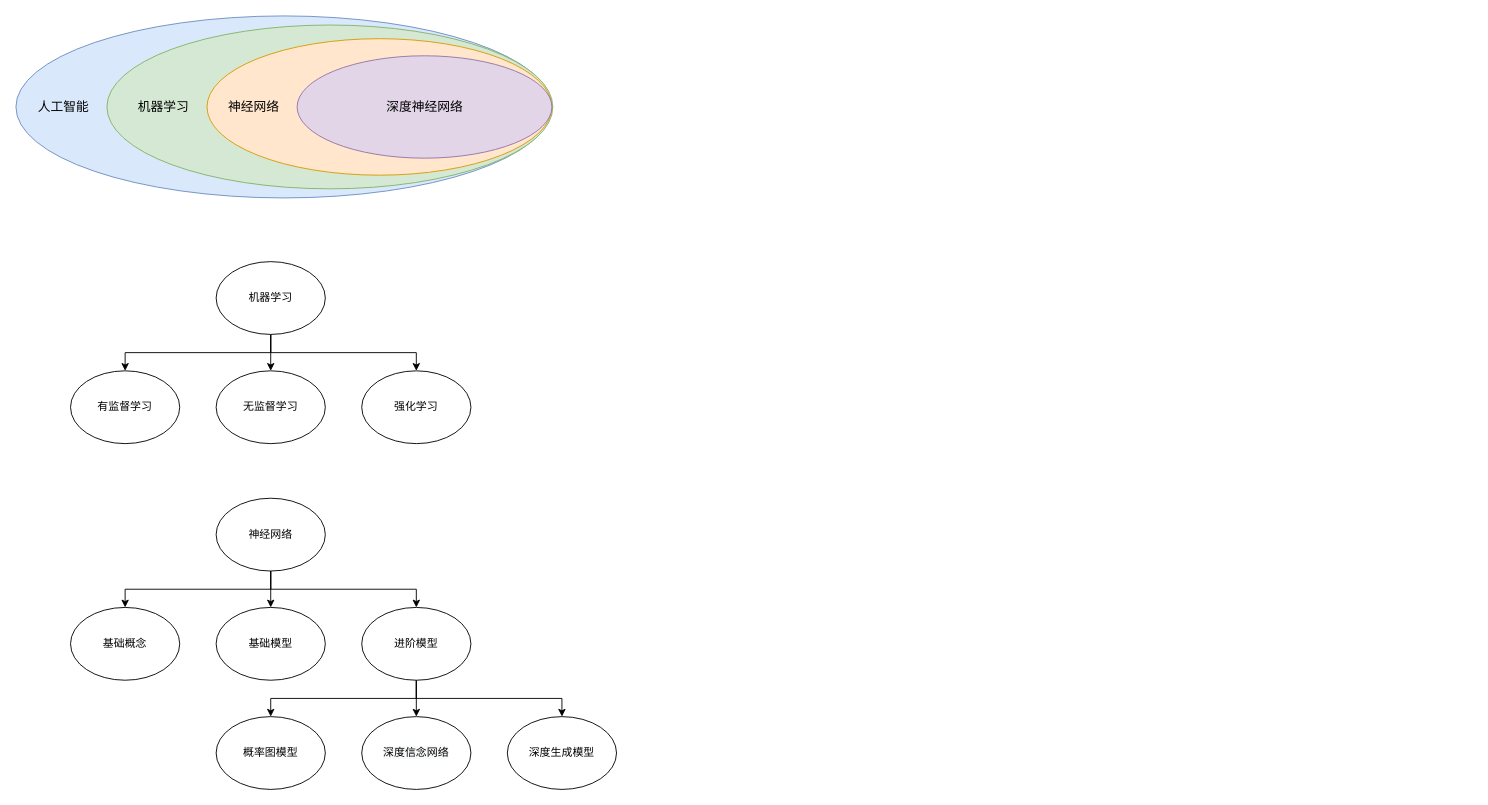
Above: ai.drawio in ZiqingYip/moment (draw.io), before the change. Source tidied: cells renumbered, new cells numbered last; positions are measured from the earlier drawing's top-left corner, leaving out a move shared by most shapes. Both pictures are drawn from the tidied source at 91%, with x=0, y=0 at pixel (15, 15).
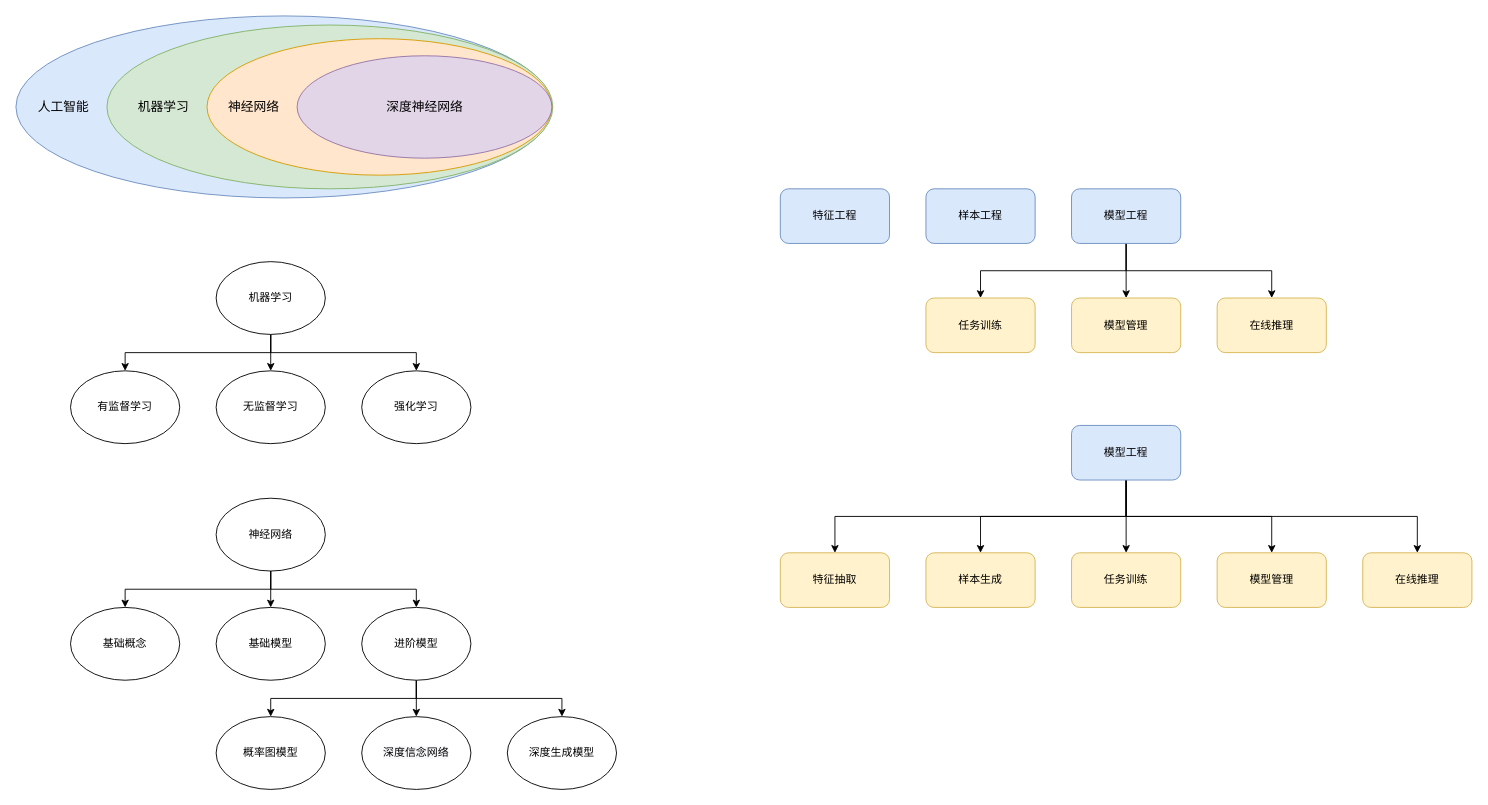
The same page after the edit.

The edit, as a diff of the source:
```diff
@@
+    <mxCell id="30" value="特征工程" style="rounded=1;whiteSpace=wrap;html=1;fillColor=#dae8fc;strokeColor=#6c8ebf;" parent="1" vertex="1">
+      <mxGeometry x="840" y="190" width="120" height="60" as="geometry" />
+    </mxCell>
+    <mxCell id="31" value="样本工程" style="rounded=1;whiteSpace=wrap;html=1;fillColor=#dae8fc;strokeColor=#6c8ebf;" parent="1" vertex="1">
+      <mxGeometry x="1000" y="190" width="120" height="60" as="geometry" />
+    </mxCell>
+    <mxCell id="32" style="edgeStyle=orthogonalEdgeStyle;rounded=0;jettySize=auto;html=1;exitX=0.5;exitY=1;exitDx=0;exitDy=0;entryX=0.5;entryY=0;entryDx=0;entryDy=0;" parent="1" edge="1" source="35" target="37">
+      <mxGeometry relative="1" as="geometry" />
+    </mxCell>
+    <mxCell id="33" style="edgeStyle=orthogonalEdgeStyle;rounded=0;jettySize=auto;html=1;exitX=0.5;exitY=1;exitDx=0;exitDy=0;entryX=0.5;entryY=0;entryDx=0;entryDy=0;" parent="1" edge="1" source="35" target="36">
+      <mxGeometry relative="1" as="geometry" />
+    </mxCell>
+    <mxCell id="34" style="edgeStyle=orthogonalEdgeStyle;rounded=0;jettySize=auto;html=1;exitX=0.5;exitY=1;exitDx=0;exitDy=0;entryX=0.5;entryY=0;entryDx=0;entryDy=0;" parent="1" edge="1" source="35" target="38">
+      <mxGeometry relative="1" as="geometry" />
+    </mxCell>
+    <mxCell id="35" value="模型工程" style="rounded=1;whiteSpace=wrap;html=1;fillColor=#dae8fc;strokeColor=#6c8ebf;" parent="1" vertex="1">
+      <mxGeometry x="1160" y="190" width="120" height="60" as="geometry" />
+    </mxCell>
+    <mxCell id="36" value="任务训练" style="rounded=1;whiteSpace=wrap;html=1;fillColor=#fff2cc;strokeColor=#d6b656;" parent="1" vertex="1">
+      <mxGeometry x="1000" y="310" width="120" height="60" as="geometry" />
+    </mxCell>
+    <mxCell id="37" value="模型管理" style="rounded=1;whiteSpace=wrap;html=1;fillColor=#fff2cc;strokeColor=#d6b656;" parent="1" vertex="1">
+      <mxGeometry x="1160" y="310" width="120" height="60" as="geometry" />
+    </mxCell>
+    <mxCell id="38" value="在线推理" style="rounded=1;whiteSpace=wrap;html=1;fillColor=#fff2cc;strokeColor=#d6b656;" parent="1" vertex="1">
+      <mxGeometry x="1320" y="310" width="120" height="60" as="geometry" />
+    </mxCell>
+    <mxCell id="39" style="edgeStyle=orthogonalEdgeStyle;rounded=0;jettySize=auto;html=1;exitX=0.5;exitY=1;exitDx=0;exitDy=0;entryX=0.5;entryY=0;entryDx=0;entryDy=0;" parent="1" edge="1" source="44" target="46">
+      <mxGeometry relative="1" as="geometry" />
+    </mxCell>
+    <mxCell id="40" style="edgeStyle=orthogonalEdgeStyle;rounded=0;jettySize=auto;html=1;exitX=0.5;exitY=1;exitDx=0;exitDy=0;entryX=0.5;entryY=0;entryDx=0;entryDy=0;" parent="1" edge="1" source="44" target="45">
+      <mxGeometry relative="1" as="geometry" />
+    </mxCell>
+    <mxCell id="41" style="edgeStyle=orthogonalEdgeStyle;rounded=0;jettySize=auto;html=1;exitX=0.5;exitY=1;exitDx=0;exitDy=0;entryX=0.5;entryY=0;entryDx=0;entryDy=0;" parent="1" edge="1" source="44" target="47">
+      <mxGeometry relative="1" as="geometry" />
+    </mxCell>
+    <mxCell id="42" style="edgeStyle=orthogonalEdgeStyle;rounded=0;jettySize=auto;html=1;exitX=0.5;exitY=1;exitDx=0;exitDy=0;entryX=0.5;entryY=0;entryDx=0;entryDy=0;" parent="1" edge="1" source="44" target="49">
+      <mxGeometry relative="1" as="geometry" />
+    </mxCell>
+    <mxCell id="43" style="edgeStyle=orthogonalEdgeStyle;rounded=0;jettySize=auto;html=1;exitX=0.5;exitY=1;exitDx=0;exitDy=0;" parent="1" edge="1" source="44" target="48">
+      <mxGeometry relative="1" as="geometry" />
+    </mxCell>
+    <mxCell id="44" value="模型工程" style="rounded=1;whiteSpace=wrap;html=1;fillColor=#dae8fc;strokeColor=#6c8ebf;" parent="1" vertex="1">
+      <mxGeometry x="1160" y="450" width="120" height="60" as="geometry" />
+    </mxCell>
+    <mxCell id="45" value="任务训练" style="rounded=1;whiteSpace=wrap;html=1;fillColor=#fff2cc;strokeColor=#d6b656;" parent="1" vertex="1">
+      <mxGeometry x="1160" y="590" width="120" height="60" as="geometry" />
+    </mxCell>
+    <mxCell id="46" value="模型管理" style="rounded=1;whiteSpace=wrap;html=1;fillColor=#fff2cc;strokeColor=#d6b656;" parent="1" vertex="1">
+      <mxGeometry x="1320" y="590" width="120" height="60" as="geometry" />
+    </mxCell>
+    <mxCell id="47" value="在线推理" style="rounded=1;whiteSpace=wrap;html=1;fillColor=#fff2cc;strokeColor=#d6b656;" parent="1" vertex="1">
+      <mxGeometry x="1480" y="590" width="120" height="60" as="geometry" />
+    </mxCell>
+    <mxCell id="48" value="样本生成" style="rounded=1;whiteSpace=wrap;html=1;fillColor=#fff2cc;strokeColor=#d6b656;" parent="1" vertex="1">
+      <mxGeometry x="1000" y="590" width="120" height="60" as="geometry" />
+    </mxCell>
+    <mxCell id="49" value="特征抽取" style="rounded=1;whiteSpace=wrap;html=1;fillColor=#fff2cc;strokeColor=#d6b656;" parent="1" vertex="1">
+      <mxGeometry x="840" y="590" width="120" height="60" as="geometry" />
+    </mxCell>
```
